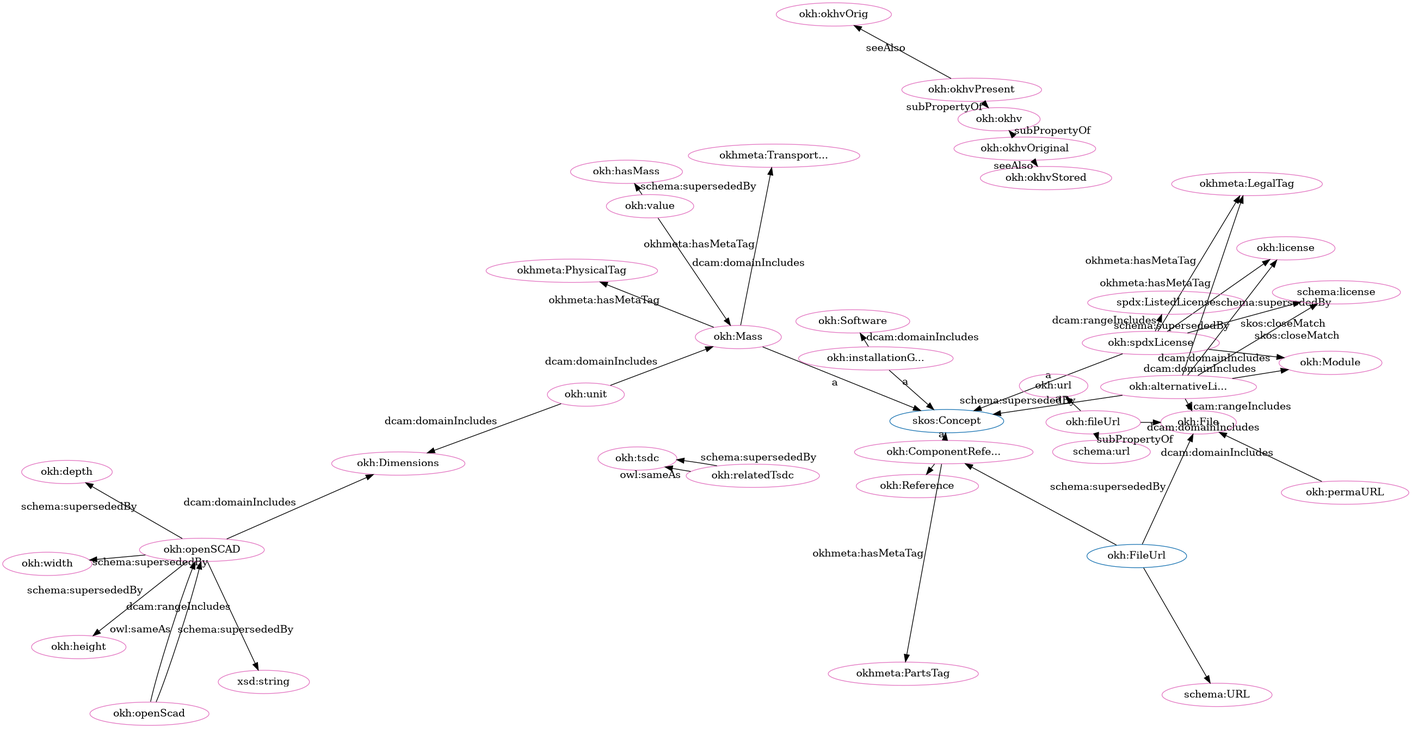
Earlier version of the Graphviz export src/spec/fdp_okh_deprecated-clean.png (iop-alliance/OpenKnowHow). Its source is kept beside it as src/spec/fdp_okh_deprecated-clean.dot.
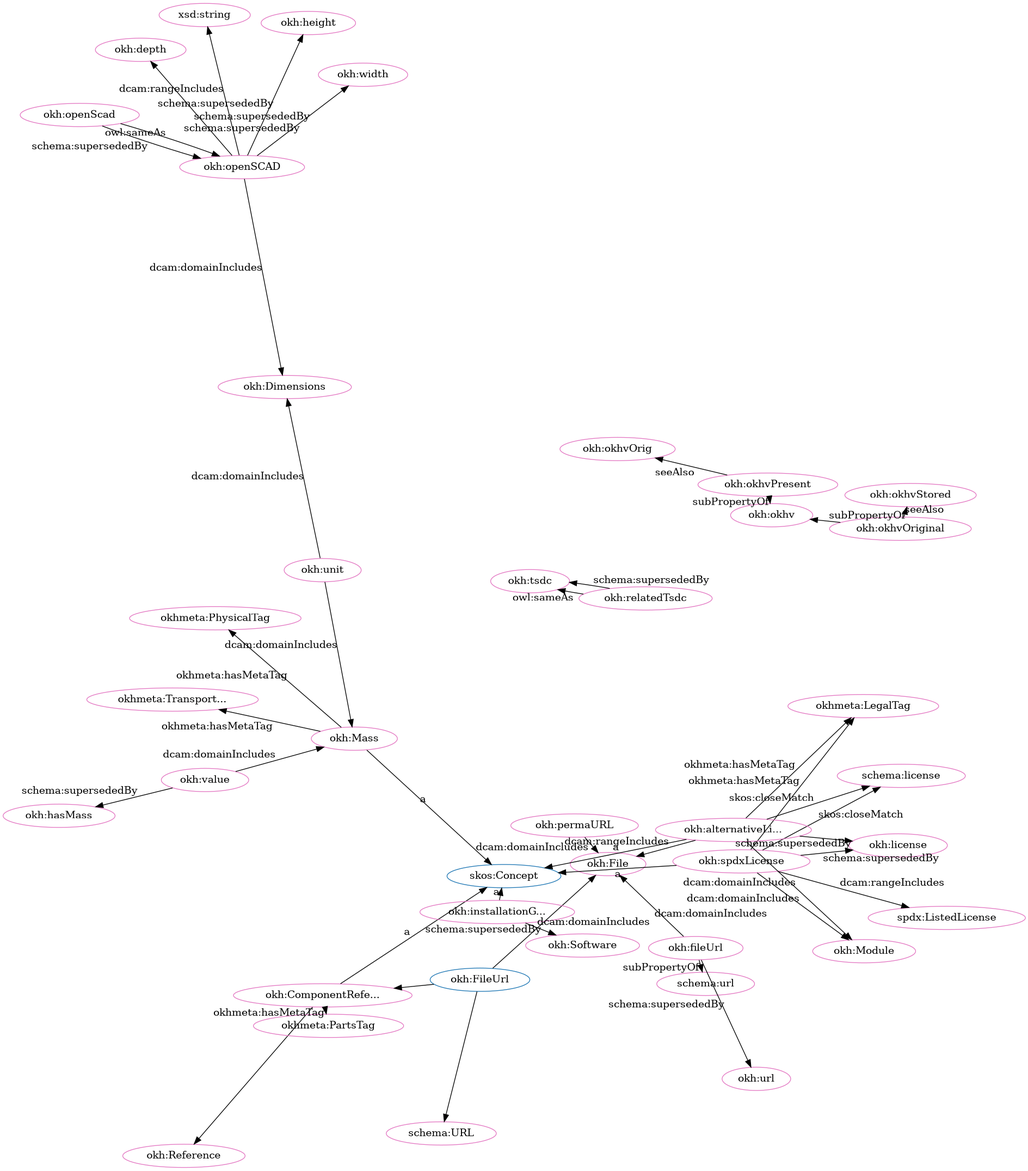
Above is the later version.

Change to the diagram source:
```diff
@@ -1,92 +1,92 @@
 digraph G {
   rankdir=BT
   node[height=.3]
+"http://w3id.org/oseg/ont/okh#ComponentReference" [fillcolor="#1f77b4" color="#1f77b4" label="okh:ComponentRefe..."]
+"http://w3id.org/oseg/ont/okh#Mass" [fillcolor="#1f77b4" color="#1f77b4" label="okh:Mass"]
+"http://schema.org/URL" [fillcolor="#1f77b4" color="#1f77b4" label="schema:URL"]
+"http://w3id.org/oseg/ont/okh#FileUrl" [fillcolor="#1f77b4" color="#1f77b4" label="okh:FileUrl"]
 "http://www.w3.org/2004/02/skos/core#Concept" [fillcolor="#1f77b4" color="#1f77b4" label="skos:Concept"]
-"http://w3id.org/oseg/ont/okh#FileUrl" [fillcolor="#1f77b4" color="#1f77b4" label="okh:FileUrl"]
-"http://schema.org/URL" [fillcolor="#1f77b4" color="#1f77b4" label="schema:URL"]
-"http://w3id.org/oseg/ont/okh#Mass" [fillcolor="#1f77b4" color="#1f77b4" label="okh:Mass"]
-"http://w3id.org/oseg/ont/okh#ComponentReference" [fillcolor="#1f77b4" color="#1f77b4" label="okh:ComponentRefe..."]
 "http://w3id.org/oseg/ont/okh#Reference" [fillcolor="#1f77b4" color="#1f77b4" label="okh:Reference"]
+"http://w3id.org/oseg/ont/okh#Dimensions" [fillcolor="#e377c2" color="#e377c2" label="okh:Dimensions"]
+"http://w3id.org/oseg/ont/okh#spdxLicense" [fillcolor="#e377c2" color="#e377c2" label="okh:spdxLicense"]
+"http://w3id.org/oseg/ont/okh#File" [fillcolor="#e377c2" color="#e377c2" label="okh:File"]
+"http://schema.org/url" [fillcolor="#e377c2" color="#e377c2" label="schema:url"]
+"http://w3id.org/oseg/ont/okh#url" [fillcolor="#e377c2" color="#e377c2" label="okh:url"]
+"http://w3id.org/oseg/ont/okh#Reference" [fillcolor="#e377c2" color="#e377c2" label="okh:Reference"]
+"http://w3id.org/oseg/ont/okh#okhvOrig" [fillcolor="#e377c2" color="#e377c2" label="okh:okhvOrig"]
+"http://w3id.org/oseg/ont/okh#tsdc" [fillcolor="#e377c2" color="#e377c2" label="okh:tsdc"]
+"http://w3id.org/oseg/ont/okh#fileUrl" [fillcolor="#e377c2" color="#e377c2" label="okh:fileUrl"]
+"http://w3id.org/oseg/ont/okh#okhvOriginal" [fillcolor="#e377c2" color="#e377c2" label="okh:okhvOriginal"]
+"http://w3id.org/oseg/ont/okh#license" [fillcolor="#e377c2" color="#e377c2" label="okh:license"]
+"http://w3id.org/oseg/ont/okh#Module" [fillcolor="#e377c2" color="#e377c2" label="okh:Module"]
+"http://w3id.org/oseg/ont/okh#height" [fillcolor="#e377c2" color="#e377c2" label="okh:height"]
+"http://schema.org/URL" [fillcolor="#e377c2" color="#e377c2" label="schema:URL"]
+"http://w3id.org/oseg/ont/okh#okhv" [fillcolor="#e377c2" color="#e377c2" label="okh:okhv"]
+"http://w3id.org/oseg/ont/okh#openSCAD" [fillcolor="#e377c2" color="#e377c2" label="okh:openSCAD"]
+"http://w3id.org/oseg/ont/okh#hasMass" [fillcolor="#e377c2" color="#e377c2" label="okh:hasMass"]
+"http://w3id.org/oseg/ont/okh#alternativeLicense" [fillcolor="#e377c2" color="#e377c2" label="okh:alternativeLi..."]
+"http://w3id.org/oseg/ont/okh#permaURL" [fillcolor="#e377c2" color="#e377c2" label="okh:permaURL"]
+"http://w3id.org/oseg/ont/okh#value" [fillcolor="#e377c2" color="#e377c2" label="okh:value"]
+"http://w3id.org/oseg/ont/okh#Mass" [fillcolor="#e377c2" color="#e377c2" label="okh:Mass"]
+"http://w3id.org/oseg/ont/okhmetaPhysicalTag" [fillcolor="#e377c2" color="#e377c2" label="okhmeta:PhysicalTag"]
+"http://spdx.org/rdf/terms#ListedLicense" [fillcolor="#e377c2" color="#e377c2" label="spdx:ListedLicense"]
+"http://w3id.org/oseg/ont/okh#okhvPresent" [fillcolor="#e377c2" color="#e377c2" label="okh:okhvPresent"]
+"http://w3id.org/oseg/ont/okh#Software" [fillcolor="#e377c2" color="#e377c2" label="okh:Software"]
+"http://w3id.org/oseg/ont/okhmetaTransportationTag" [fillcolor="#e377c2" color="#e377c2" label="okhmeta:Transport..."]
+"http://www.w3.org/2001/XMLSchema#string" [fillcolor="#e377c2" color="#e377c2" label="xsd:string"]
+"http://w3id.org/oseg/ont/okh#installationGuide" [fillcolor="#e377c2" color="#e377c2" label="okh:installationG..."]
+"http://w3id.org/oseg/ont/okhmetaLegalTag" [fillcolor="#e377c2" color="#e377c2" label="okhmeta:LegalTag"]
+"http://w3id.org/oseg/ont/okh#ComponentReference" [fillcolor="#e377c2" color="#e377c2" label="okh:ComponentRefe..."]
+"http://w3id.org/oseg/ont/okh#depth" [fillcolor="#e377c2" color="#e377c2" label="okh:depth"]
 "http://w3id.org/oseg/ont/okh#unit" [fillcolor="#e377c2" color="#e377c2" label="okh:unit"]
-"http://w3id.org/oseg/ont/okh#Dimensions" [fillcolor="#e377c2" color="#e377c2" label="okh:Dimensions"]
-"http://w3id.org/oseg/ont/okh#openSCAD" [fillcolor="#e377c2" color="#e377c2" label="okh:openSCAD"]
-"http://w3id.org/oseg/ont/okh#license" [fillcolor="#e377c2" color="#e377c2" label="okh:license"]
-"http://w3id.org/oseg/ont/okh#Mass" [fillcolor="#e377c2" color="#e377c2" label="okh:Mass"]
-"http://schema.org/url" [fillcolor="#e377c2" color="#e377c2" label="schema:url"]
+"http://w3id.org/oseg/ont/okh#okhvStored" [fillcolor="#e377c2" color="#e377c2" label="okh:okhvStored"]
+"http://schema.org/license" [fillcolor="#e377c2" color="#e377c2" label="schema:license"]
 "http://w3id.org/oseg/ont/okh#width" [fillcolor="#e377c2" color="#e377c2" label="okh:width"]
-"http://w3id.org/oseg/ont/okhmetaLegalTag" [fillcolor="#e377c2" color="#e377c2" label="okhmeta:LegalTag"]
-"http://w3id.org/oseg/ont/okh#Software" [fillcolor="#e377c2" color="#e377c2" label="okh:Software"]
+"http://w3id.org/oseg/ont/okh#relatedTsdc" [fillcolor="#e377c2" color="#e377c2" label="okh:relatedTsdc"]
 "http://w3id.org/oseg/ont/okhmetaPartsTag" [fillcolor="#e377c2" color="#e377c2" label="okhmeta:PartsTag"]
-"http://w3id.org/oseg/ont/okh#File" [fillcolor="#e377c2" color="#e377c2" label="okh:File"]
-"http://w3id.org/oseg/ont/okh#Module" [fillcolor="#e377c2" color="#e377c2" label="okh:Module"]
-"http://w3id.org/oseg/ont/okh#okhvOrig" [fillcolor="#e377c2" color="#e377c2" label="okh:okhvOrig"]
-"http://w3id.org/oseg/ont/okh#installationGuide" [fillcolor="#e377c2" color="#e377c2" label="okh:installationG..."]
-"http://w3id.org/oseg/ont/okh#permaURL" [fillcolor="#e377c2" color="#e377c2" label="okh:permaURL"]
-"http://w3id.org/oseg/ont/okh#spdxLicense" [fillcolor="#e377c2" color="#e377c2" label="okh:spdxLicense"]
-"http://w3id.org/oseg/ont/okh#Reference" [fillcolor="#e377c2" color="#e377c2" label="okh:Reference"]
-"http://schema.org/URL" [fillcolor="#e377c2" color="#e377c2" label="schema:URL"]
-"http://w3id.org/oseg/ont/okh#okhvStored" [fillcolor="#e377c2" color="#e377c2" label="okh:okhvStored"]
-"http://w3id.org/oseg/ont/okh#ComponentReference" [fillcolor="#e377c2" color="#e377c2" label="okh:ComponentRefe..."]
-"http://schema.org/license" [fillcolor="#e377c2" color="#e377c2" label="schema:license"]
-"http://w3id.org/oseg/ont/okh#okhvOriginal" [fillcolor="#e377c2" color="#e377c2" label="okh:okhvOriginal"]
-"http://w3id.org/oseg/ont/okh#tsdc" [fillcolor="#e377c2" color="#e377c2" label="okh:tsdc"]
-"http://w3id.org/oseg/ont/okh#hasMass" [fillcolor="#e377c2" color="#e377c2" label="okh:hasMass"]
-"http://www.w3.org/2001/XMLSchema#string" [fillcolor="#e377c2" color="#e377c2" label="xsd:string"]
-"http://w3id.org/oseg/ont/okh#okhv" [fillcolor="#e377c2" color="#e377c2" label="okh:okhv"]
-"http://w3id.org/oseg/ont/okh#depth" [fillcolor="#e377c2" color="#e377c2" label="okh:depth"]
-"http://w3id.org/oseg/ont/okh#value" [fillcolor="#e377c2" color="#e377c2" label="okh:value"]
-"http://w3id.org/oseg/ont/okhmetaPhysicalTag" [fillcolor="#e377c2" color="#e377c2" label="okhmeta:PhysicalTag"]
-"http://w3id.org/oseg/ont/okhmetaTransportationTag" [fillcolor="#e377c2" color="#e377c2" label="okhmeta:Transport..."]
-"http://w3id.org/oseg/ont/okh#url" [fillcolor="#e377c2" color="#e377c2" label="okh:url"]
-"http://w3id.org/oseg/ont/okh#height" [fillcolor="#e377c2" color="#e377c2" label="okh:height"]
-"http://w3id.org/oseg/ont/okh#relatedTsdc" [fillcolor="#e377c2" color="#e377c2" label="okh:relatedTsdc"]
-"http://w3id.org/oseg/ont/okh#alternativeLicense" [fillcolor="#e377c2" color="#e377c2" label="okh:alternativeLi..."]
-"http://w3id.org/oseg/ont/okh#fileUrl" [fillcolor="#e377c2" color="#e377c2" label="okh:fileUrl"]
-"http://spdx.org/rdf/terms#ListedLicense" [fillcolor="#e377c2" color="#e377c2" label="spdx:ListedLicense"]
 "http://w3id.org/oseg/ont/okh#openScad" [fillcolor="#e377c2" color="#e377c2" label="okh:openScad"]
-"http://w3id.org/oseg/ont/okh#okhvPresent" [fillcolor="#e377c2" color="#e377c2" label="okh:okhvPresent"]
   "http://w3id.org/oseg/ont/okh#unit" -> "http://w3id.org/oseg/ont/okh#Dimensions" [label="dcam:domainIncludes"]
+  "http://w3id.org/oseg/ont/okh#spdxLicense" -> "http://www.w3.org/2004/02/skos/core#Concept" [label="a"]
+  "http://w3id.org/oseg/ont/okh#alternativeLicense" -> "http://w3id.org/oseg/ont/okh#File" [label="dcam:rangeIncludes"]
+  "http://w3id.org/oseg/ont/okh#fileUrl" -> "http://schema.org/url" [label="subPropertyOf"]
+  "http://w3id.org/oseg/ont/okh#fileUrl" -> "http://w3id.org/oseg/ont/okh#url" [label="schema:supersededBy"]
+  "http://w3id.org/oseg/ont/okh#FileUrl" -> "http://w3id.org/oseg/ont/okh#File" [label="schema:supersededBy"]
+  "http://w3id.org/oseg/ont/okh#ComponentReference" -> "http://w3id.org/oseg/ont/okh#Reference" [label=""]
+  "http://w3id.org/oseg/ont/okh#okhvPresent" -> "http://w3id.org/oseg/ont/okh#okhvOrig" [label="seeAlso"]
+  "http://w3id.org/oseg/ont/okh#relatedTsdc" -> "http://w3id.org/oseg/ont/okh#tsdc" [label="owl:sameAs"]
+  "http://w3id.org/oseg/ont/okh#alternativeLicense" -> "http://w3id.org/oseg/ont/okh#license" [label="schema:supersededBy"]
+  "http://w3id.org/oseg/ont/okh#alternativeLicense" -> "http://w3id.org/oseg/ont/okh#Module" [label="dcam:domainIncludes"]
+  "http://w3id.org/oseg/ont/okh#permaURL" -> "http://w3id.org/oseg/ont/okh#File" [label="dcam:domainIncludes"]
+  "http://w3id.org/oseg/ont/okh#openSCAD" -> "http://w3id.org/oseg/ont/okh#height" [label="schema:supersededBy"]
+  "http://w3id.org/oseg/ont/okh#FileUrl" -> "http://schema.org/URL" [label=""]
+  "http://w3id.org/oseg/ont/okh#okhvPresent" -> "http://w3id.org/oseg/ont/okh#okhv" [label="subPropertyOf"]
+  "http://w3id.org/oseg/ont/okh#openScad" -> "http://w3id.org/oseg/ont/okh#openSCAD" [label="owl:sameAs"]
+  "http://w3id.org/oseg/ont/okh#value" -> "http://w3id.org/oseg/ont/okh#hasMass" [label="schema:supersededBy"]
+  "http://w3id.org/oseg/ont/okh#alternativeLicense" -> "http://www.w3.org/2004/02/skos/core#Concept" [label="a"]
+  "http://w3id.org/oseg/ont/okh#unit" -> "http://w3id.org/oseg/ont/okh#Mass" [label="dcam:domainIncludes"]
+  "http://w3id.org/oseg/ont/okh#okhvOriginal" -> "http://w3id.org/oseg/ont/okh#okhv" [label="subPropertyOf"]
+  "http://w3id.org/oseg/ont/okh#Mass" -> "http://www.w3.org/2004/02/skos/core#Concept" [label="a"]
+  "http://w3id.org/oseg/ont/okh#Mass" -> "http://w3id.org/oseg/ont/okhmetaPhysicalTag" [label="okhmeta:hasMetaTag"]
+  "http://w3id.org/oseg/ont/okh#spdxLicense" -> "http://spdx.org/rdf/terms#ListedLicense" [label="dcam:rangeIncludes"]
+  "http://w3id.org/oseg/ont/okh#installationGuide" -> "http://w3id.org/oseg/ont/okh#Software" [label="dcam:domainIncludes"]
+  "http://w3id.org/oseg/ont/okh#Mass" -> "http://w3id.org/oseg/ont/okhmetaTransportationTag" [label="okhmeta:hasMetaTag"]
+  "http://w3id.org/oseg/ont/okh#openSCAD" -> "http://www.w3.org/2001/XMLSchema#string" [label="dcam:rangeIncludes"]
+  "http://w3id.org/oseg/ont/okh#installationGuide" -> "http://www.w3.org/2004/02/skos/core#Concept" [label="a"]
+  "http://w3id.org/oseg/ont/okh#alternativeLicense" -> "http://w3id.org/oseg/ont/okhmetaLegalTag" [label="okhmeta:hasMetaTag"]
+  "http://w3id.org/oseg/ont/okh#FileUrl" -> "http://w3id.org/oseg/ont/okh#ComponentReference" [label=""]
+  "http://w3id.org/oseg/ont/okh#openSCAD" -> "http://w3id.org/oseg/ont/okh#depth" [label="schema:supersededBy"]
+  "http://w3id.org/oseg/ont/okh#okhvOriginal" -> "http://w3id.org/oseg/ont/okh#okhvStored" [label="seeAlso"]
+  "http://w3id.org/oseg/ont/okh#spdxLicense" -> "http://schema.org/license" [label="skos:closeMatch"]
+  "http://w3id.org/oseg/ont/okh#relatedTsdc" -> "http://w3id.org/oseg/ont/okh#tsdc" [label="schema:supersededBy"]
+  "http://w3id.org/oseg/ont/okh#spdxLicense" -> "http://w3id.org/oseg/ont/okhmetaLegalTag" [label="okhmeta:hasMetaTag"]
+  "http://w3id.org/oseg/ont/okh#openSCAD" -> "http://w3id.org/oseg/ont/okh#width" [label="schema:supersededBy"]
+  "http://w3id.org/oseg/ont/okh#fileUrl" -> "http://w3id.org/oseg/ont/okh#File" [label="dcam:domainIncludes"]
+  "http://w3id.org/oseg/ont/okh#alternativeLicense" -> "http://schema.org/license" [label="skos:closeMatch"]
+  "http://w3id.org/oseg/ont/okh#ComponentReference" -> "http://www.w3.org/2004/02/skos/core#Concept" [label="a"]
+  "http://w3id.org/oseg/ont/okh#spdxLicense" -> "http://w3id.org/oseg/ont/okh#license" [label="schema:supersededBy"]
+  "http://w3id.org/oseg/ont/okh#spdxLicense" -> "http://w3id.org/oseg/ont/okh#Module" [label="dcam:domainIncludes"]
+  "http://w3id.org/oseg/ont/okh#value" -> "http://w3id.org/oseg/ont/okh#Mass" [label="dcam:domainIncludes"]
+  "http://w3id.org/oseg/ont/okh#openScad" -> "http://w3id.org/oseg/ont/okh#openSCAD" [label="schema:supersededBy"]
   "http://w3id.org/oseg/ont/okh#openSCAD" -> "http://w3id.org/oseg/ont/okh#Dimensions" [label="dcam:domainIncludes"]
-  "http://w3id.org/oseg/ont/okh#alternativeLicense" -> "http://w3id.org/oseg/ont/okh#license" [label="schema:supersededBy"]
-  "http://w3id.org/oseg/ont/okh#Mass" -> "http://www.w3.org/2004/02/skos/core#Concept" [label="a"]
-  "http://w3id.org/oseg/ont/okh#fileUrl" -> "http://schema.org/url" [label="subPropertyOf"]
-  "http://w3id.org/oseg/ont/okh#openSCAD" -> "http://w3id.org/oseg/ont/okh#width" [label="schema:supersededBy"]
-  "http://w3id.org/oseg/ont/okh#spdxLicense" -> "http://w3id.org/oseg/ont/okhmetaLegalTag" [label="okhmeta:hasMetaTag"]
-  "http://w3id.org/oseg/ont/okh#installationGuide" -> "http://w3id.org/oseg/ont/okh#Software" [label="dcam:domainIncludes"]
   "http://w3id.org/oseg/ont/okh#ComponentReference" -> "http://w3id.org/oseg/ont/okhmetaPartsTag" [label="okhmeta:hasMetaTag"]
-  "http://w3id.org/oseg/ont/okh#alternativeLicense" -> "http://w3id.org/oseg/ont/okh#File" [label="dcam:rangeIncludes"]
-  "http://w3id.org/oseg/ont/okh#alternativeLicense" -> "http://w3id.org/oseg/ont/okh#Module" [label="dcam:domainIncludes"]
-  "http://w3id.org/oseg/ont/okh#okhvPresent" -> "http://w3id.org/oseg/ont/okh#okhvOrig" [label="seeAlso"]
-  "http://w3id.org/oseg/ont/okh#ComponentReference" -> "http://w3id.org/oseg/ont/okh#Reference" [label=""]
-  "http://w3id.org/oseg/ont/okh#FileUrl" -> "http://schema.org/URL" [label=""]
-  "http://w3id.org/oseg/ont/okh#openScad" -> "http://w3id.org/oseg/ont/okh#openSCAD" [label="owl:sameAs"]
-  "http://w3id.org/oseg/ont/okh#installationGuide" -> "http://www.w3.org/2004/02/skos/core#Concept" [label="a"]
-  "http://w3id.org/oseg/ont/okh#spdxLicense" -> "http://www.w3.org/2004/02/skos/core#Concept" [label="a"]
-  "http://w3id.org/oseg/ont/okh#okhvOriginal" -> "http://w3id.org/oseg/ont/okh#okhvStored" [label="seeAlso"]
-  "http://w3id.org/oseg/ont/okh#FileUrl" -> "http://w3id.org/oseg/ont/okh#ComponentReference" [label=""]
-  "http://w3id.org/oseg/ont/okh#spdxLicense" -> "http://w3id.org/oseg/ont/okh#license" [label="schema:supersededBy"]
-  "http://w3id.org/oseg/ont/okh#spdxLicense" -> "http://schema.org/license" [label="skos:closeMatch"]
-  "http://w3id.org/oseg/ont/okh#openScad" -> "http://w3id.org/oseg/ont/okh#openSCAD" [label="schema:supersededBy"]
-  "http://w3id.org/oseg/ont/okh#fileUrl" -> "http://w3id.org/oseg/ont/okh#File" [label="dcam:domainIncludes"]
-  "http://w3id.org/oseg/ont/okh#value" -> "http://w3id.org/oseg/ont/okh#Mass" [label="dcam:domainIncludes"]
-  "http://w3id.org/oseg/ont/okh#relatedTsdc" -> "http://w3id.org/oseg/ont/okh#tsdc" [label="owl:sameAs"]
-  "http://w3id.org/oseg/ont/okh#value" -> "http://w3id.org/oseg/ont/okh#hasMass" [label="schema:supersededBy"]
-  "http://w3id.org/oseg/ont/okh#openSCAD" -> "http://www.w3.org/2001/XMLSchema#string" [label="dcam:rangeIncludes"]
-  "http://w3id.org/oseg/ont/okh#spdxLicense" -> "http://w3id.org/oseg/ont/okh#Module" [label="dcam:domainIncludes"]
-  "http://w3id.org/oseg/ont/okh#permaURL" -> "http://w3id.org/oseg/ont/okh#File" [label="dcam:domainIncludes"]
-  "http://w3id.org/oseg/ont/okh#okhvOriginal" -> "http://w3id.org/oseg/ont/okh#okhv" [label="subPropertyOf"]
-  "http://w3id.org/oseg/ont/okh#openSCAD" -> "http://w3id.org/oseg/ont/okh#depth" [label="schema:supersededBy"]
-  "http://w3id.org/oseg/ont/okh#alternativeLicense" -> "http://w3id.org/oseg/ont/okhmetaLegalTag" [label="okhmeta:hasMetaTag"]
-  "http://w3id.org/oseg/ont/okh#Mass" -> "http://w3id.org/oseg/ont/okhmetaPhysicalTag" [label="okhmeta:hasMetaTag"]
-  "http://w3id.org/oseg/ont/okh#ComponentReference" -> "http://www.w3.org/2004/02/skos/core#Concept" [label="a"]
-  "http://w3id.org/oseg/ont/okh#unit" -> "http://w3id.org/oseg/ont/okh#Mass" [label="dcam:domainIncludes"]
-  "http://w3id.org/oseg/ont/okh#Mass" -> "http://w3id.org/oseg/ont/okhmetaTransportationTag" [label="okhmeta:hasMetaTag"]
-  "http://w3id.org/oseg/ont/okh#FileUrl" -> "http://w3id.org/oseg/ont/okh#File" [label="schema:supersededBy"]
-  "http://w3id.org/oseg/ont/okh#fileUrl" -> "http://w3id.org/oseg/ont/okh#url" [label="schema:supersededBy"]
-  "http://w3id.org/oseg/ont/okh#okhvPresent" -> "http://w3id.org/oseg/ont/okh#okhv" [label="subPropertyOf"]
-  "http://w3id.org/oseg/ont/okh#openSCAD" -> "http://w3id.org/oseg/ont/okh#height" [label="schema:supersededBy"]
-  "http://w3id.org/oseg/ont/okh#alternativeLicense" -> "http://schema.org/license" [label="skos:closeMatch"]
-  "http://w3id.org/oseg/ont/okh#relatedTsdc" -> "http://w3id.org/oseg/ont/okh#tsdc" [label="schema:supersededBy"]
-  "http://w3id.org/oseg/ont/okh#spdxLicense" -> "http://spdx.org/rdf/terms#ListedLicense" [label="dcam:rangeIncludes"]
-  "http://w3id.org/oseg/ont/okh#alternativeLicense" -> "http://www.w3.org/2004/02/skos/core#Concept" [label="a"]
 }
```
